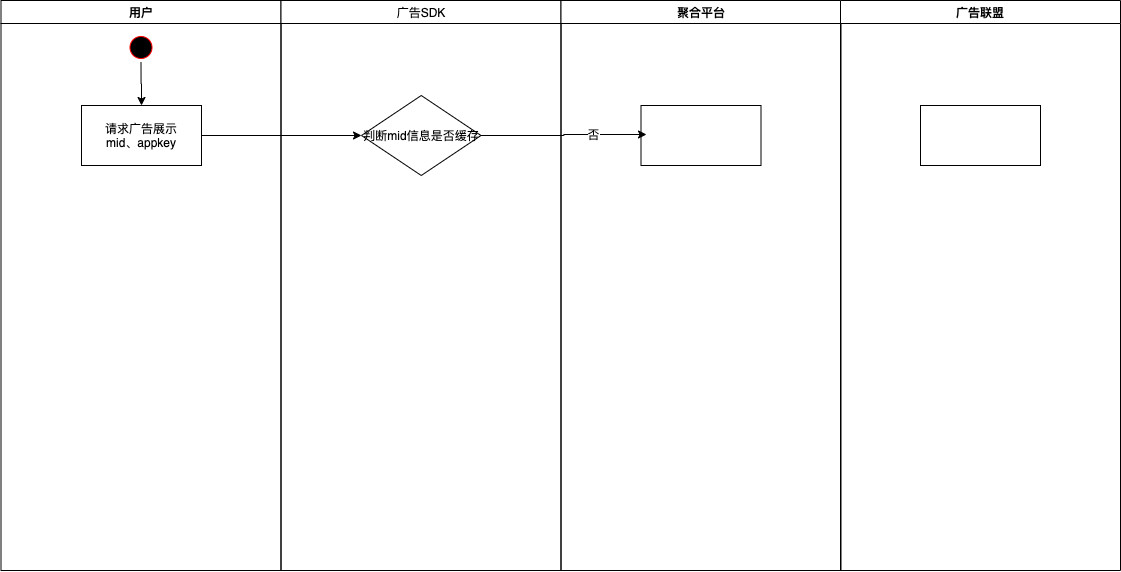
zboshen/apollo keeps this draw.io diagram as Untitled Diagram.png. Above is the earlier version. Source tidied: cells renumbered, new cells last; positions are measured from the earlier drawing's top-left corner, leaving out a move shared by most shapes.
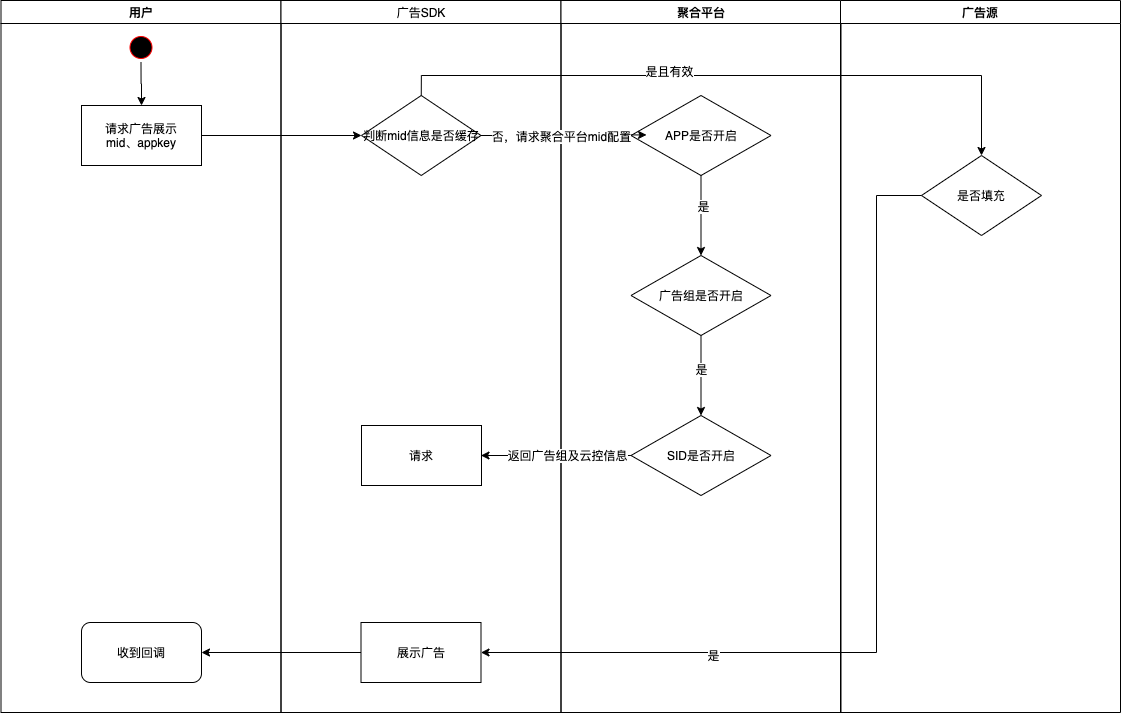
Above is the later version.

Diff of the diagram source:
```diff
@@ -3,7 +3,7 @@
     <mxCell id="0" />
     <mxCell id="1" parent="0" />
     <mxCell id="2" value="用户" style="swimlane;whiteSpace=wrap;" parent="1" vertex="1">
-      <mxGeometry x="0.5" width="280" height="570" as="geometry" />
+      <mxGeometry x="0.5" width="280" height="712" as="geometry" />
     </mxCell>
     <mxCell id="3" style="edgeStyle=orthogonalEdgeStyle;rounded=0;jettySize=auto;html=1;exitX=0.5;exitY=1;exitDx=0;exitDy=0;entryX=0.5;entryY=0;entryDx=0;entryDy=0;" parent="2" edge="1" source="4" target="5">
       <mxGeometry relative="1" as="geometry" />
@@ -14,34 +14,97 @@
     <mxCell id="5" value="请求广告展示&lt;br style=&quot;padding: 0px ; margin: 0px&quot;&gt;mid、appkey" style="rounded=0;whiteSpace=wrap;html=1;" parent="2" vertex="1">
       <mxGeometry x="80.5" y="105" width="120" height="60" as="geometry" />
     </mxCell>
+    <mxCell id="15" value="收到回调" style="rounded=1;whiteSpace=wrap;html=1;" parent="2" vertex="1">
+      <mxGeometry x="80.5" y="622" width="120" height="60" as="geometry" />
+    </mxCell>
     <mxCell id="6" value="广告SDK" style="swimlane;whiteSpace=wrap;fontStyle=0;" parent="1" vertex="1">
-      <mxGeometry x="280.5" width="280" height="570" as="geometry" />
+      <mxGeometry x="280.5" width="280" height="712" as="geometry" />
     </mxCell>
     <mxCell id="7" value="判断mid信息是否缓存" style="rhombus;whiteSpace=wrap;html=1;" parent="6" vertex="1">
       <mxGeometry x="80.5" y="95" width="119.5" height="80" as="geometry" />
     </mxCell>
+    <mxCell id="16" value="展示广告" style="whiteSpace=wrap;html=1;" parent="6" vertex="1">
+      <mxGeometry x="80" y="622" width="120" height="60" as="geometry" />
+    </mxCell>
+    <mxCell id="17" value="请求" style="rounded=0;whiteSpace=wrap;html=1;" parent="6" vertex="1">
+      <mxGeometry x="80.5" y="425" width="120" height="60" as="geometry" />
+    </mxCell>
     <mxCell id="8" value="聚合平台" style="swimlane;whiteSpace=wrap;" parent="1" vertex="1">
-      <mxGeometry x="560.5" width="280" height="570" as="geometry" />
+      <mxGeometry x="560.5" width="280" height="712" as="geometry" />
     </mxCell>
-    <mxCell id="9" style="rounded=0;whiteSpace=wrap;html=1;" parent="8" vertex="1">
-      <mxGeometry x="80" y="105" width="120" height="60" as="geometry" />
-    </mxCell>
+    <mxCell id="18" value="APP是否开启" style="rhombus;whiteSpace=wrap;html=1;" parent="8" vertex="1">
+      <mxGeometry x="70" y="95" width="140" height="80" as="geometry" />
+    </mxCell>
     <mxCell id="10" style="edgeStyle=orthogonalEdgeStyle;rounded=0;jettySize=auto;html=1;entryX=0;entryY=0.5;entryDx=0;entryDy=0;exitX=1;exitY=0.5;exitDx=0;exitDy=0;" parent="1" edge="1" source="5" target="7">
       <mxGeometry relative="1" as="geometry" />
     </mxCell>
-    <mxCell id="11" style="edgeStyle=orthogonalEdgeStyle;rounded=0;jettySize=auto;html=1;exitX=1;exitY=0.5;exitDx=0;exitDy=0;" parent="1" edge="1" source="7">
-      <mxGeometry relative="1" as="geometry">
-        <mxPoint x="646" y="134" as="targetPoint" />
-      </mxGeometry>
-    </mxCell>
-    <mxCell id="12" value="否" style="edgeLabel;html=1;align=center;verticalAlign=middle;" parent="11" vertex="1">
-      <mxGeometry x="0.35" y="1" relative="1" as="geometry" />
-    </mxCell>
-    <mxCell id="13" value="广告联盟" style="swimlane;whiteSpace=wrap;" parent="1" vertex="1">
-      <mxGeometry x="840" width="280" height="570" as="geometry" />
+    <mxCell id="13" value="广告源" style="swimlane;whiteSpace=wrap;" parent="1" vertex="1">
+      <mxGeometry x="840" width="280" height="712" as="geometry" />
     </mxCell>
-    <mxCell id="14" style="rounded=0;whiteSpace=wrap;html=1;" parent="13" vertex="1">
-      <mxGeometry x="80" y="105" width="120" height="60" as="geometry" />
-    </mxCell>
+    <mxCell id="19" value="是否填充" style="rhombus;whiteSpace=wrap;html=1;" parent="13" vertex="1">
+      <mxGeometry x="81" y="155" width="120" height="80" as="geometry" />
+    </mxCell>
+    <mxCell id="20" style="edgeStyle=orthogonalEdgeStyle;rounded=0;jettySize=auto;html=1;exitX=1;exitY=0.5;exitDx=0;exitDy=0;" parent="1" edge="1" source="7">
+      <mxGeometry relative="1" as="geometry">
+        <mxPoint x="646" y="134.4" as="targetPoint" />
+      </mxGeometry>
+    </mxCell>
+    <mxCell id="21" value="否，请求聚合平台mid配置" style="edgeLabel;html=1;align=center;verticalAlign=middle;" parent="20" vertex="1">
+      <mxGeometry x="0.33" y="-1" relative="1" as="geometry">
+        <mxPoint x="-30.8" y="-0.4" as="offset" />
+      </mxGeometry>
+    </mxCell>
+    <mxCell id="22" style="edgeStyle=orthogonalEdgeStyle;rounded=0;jettySize=auto;html=1;" parent="1" edge="1" source="24" target="29">
+      <mxGeometry relative="1" as="geometry" />
+    </mxCell>
+    <mxCell id="23" value="是" style="edgeLabel;html=1;align=center;verticalAlign=middle;" parent="22" vertex="1">
+      <mxGeometry x="-0.16" relative="1" as="geometry">
+        <mxPoint y="-1" as="offset" />
+      </mxGeometry>
+    </mxCell>
+    <mxCell id="24" value="广告组是否开启" style="rhombus;whiteSpace=wrap;html=1;" parent="1" vertex="1">
+      <mxGeometry x="630.5" y="255" width="140" height="80" as="geometry" />
+    </mxCell>
+    <mxCell id="25" style="edgeStyle=orthogonalEdgeStyle;rounded=0;jettySize=auto;html=1;" parent="1" edge="1" source="18" target="24">
+      <mxGeometry relative="1" as="geometry" />
+    </mxCell>
+    <mxCell id="26" value="是" style="edgeLabel;html=1;align=center;verticalAlign=middle;" parent="25" vertex="1">
+      <mxGeometry x="-0.23" y="2" relative="1" as="geometry">
+        <mxPoint y="-1" as="offset" />
+      </mxGeometry>
+    </mxCell>
+    <mxCell id="27" style="edgeStyle=orthogonalEdgeStyle;rounded=0;jettySize=auto;html=1;exitX=0;exitY=0.5;exitDx=0;exitDy=0;entryX=1;entryY=0.5;entryDx=0;entryDy=0;" parent="1" edge="1" source="29">
+      <mxGeometry relative="1" as="geometry">
+        <mxPoint x="480.5" y="455" as="targetPoint" />
+      </mxGeometry>
+    </mxCell>
+    <mxCell id="28" value="返回广告组及云控信息" style="edgeLabel;html=1;align=center;verticalAlign=middle;" parent="27" vertex="1">
+      <mxGeometry x="-0.36" y="-1" relative="1" as="geometry">
+        <mxPoint x="-15.9" as="offset" />
+      </mxGeometry>
+    </mxCell>
+    <mxCell id="29" value="SID是否开启" style="rhombus;whiteSpace=wrap;html=1;" parent="1" vertex="1">
+      <mxGeometry x="630.5" y="415" width="140" height="80" as="geometry" />
+    </mxCell>
+    <mxCell id="30" style="edgeStyle=orthogonalEdgeStyle;rounded=0;jettySize=auto;html=1;exitX=0.5;exitY=0;exitDx=0;exitDy=0;entryX=0.5;entryY=0;entryDx=0;entryDy=0;" parent="1" edge="1" source="7" target="19">
+      <mxGeometry relative="1" as="geometry" />
+    </mxCell>
+    <mxCell id="31" value="是且有效" style="edgeLabel;html=1;align=center;verticalAlign=middle;" parent="30" vertex="1">
+      <mxGeometry x="-0.19" y="5" relative="1" as="geometry" />
+    </mxCell>
+    <mxCell id="32" style="edgeStyle=orthogonalEdgeStyle;rounded=0;jettySize=auto;html=1;exitX=0;exitY=0.5;exitDx=0;exitDy=0;entryX=1;entryY=0.5;entryDx=0;entryDy=0;" parent="1" edge="1" source="16" target="15">
+      <mxGeometry relative="1" as="geometry" />
+    </mxCell>
+    <mxCell id="33" style="edgeStyle=orthogonalEdgeStyle;rounded=0;jettySize=auto;html=1;exitX=0;exitY=0.5;exitDx=0;exitDy=0;entryX=1;entryY=0.5;entryDx=0;entryDy=0;" parent="1" edge="1" source="19" target="16">
+      <mxGeometry relative="1" as="geometry">
+        <Array as="points">
+          <mxPoint x="876" y="195" />
+          <mxPoint x="876" y="652" />
+        </Array>
+      </mxGeometry>
+    </mxCell>
+    <mxCell id="34" value="是" style="edgeLabel;html=1;align=center;verticalAlign=middle;" parent="33" vertex="1">
+      <mxGeometry x="0.48" y="2" relative="1" as="geometry" />
+    </mxCell>
   </root>
 </mxGraphModel>
```
